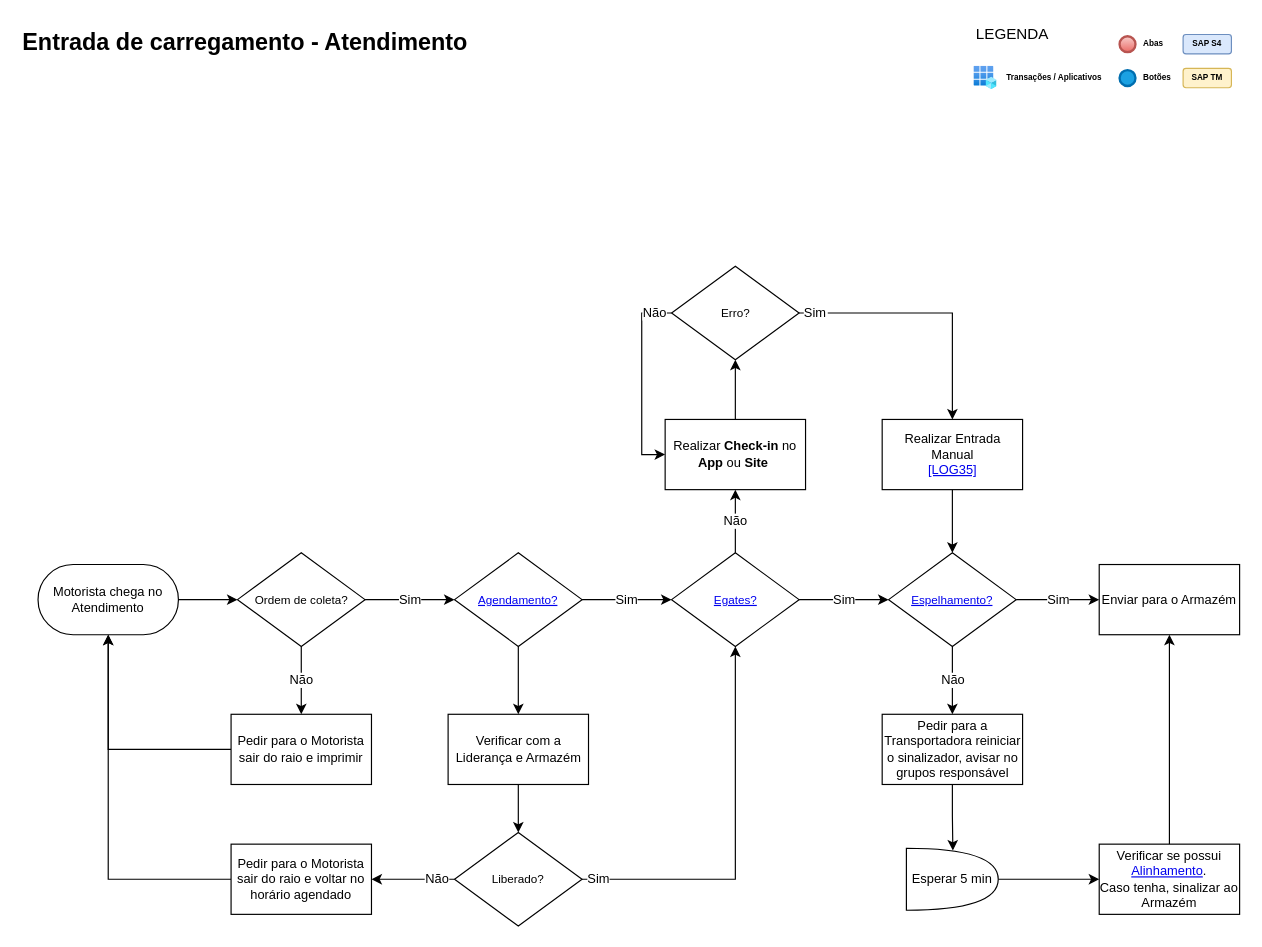
Above: Carregamento.drawio in VictorAlvesMatias/fluxogramas (draw.io), before the change. Source tidied: cells renumbered, new cells numbered last; positions are measured from the earlier drawing's top-left corner, leaving out a move shared by most shapes. Both pictures are drawn from the tidied source at 117%, with x=0, y=0 at pixel (20, 20).
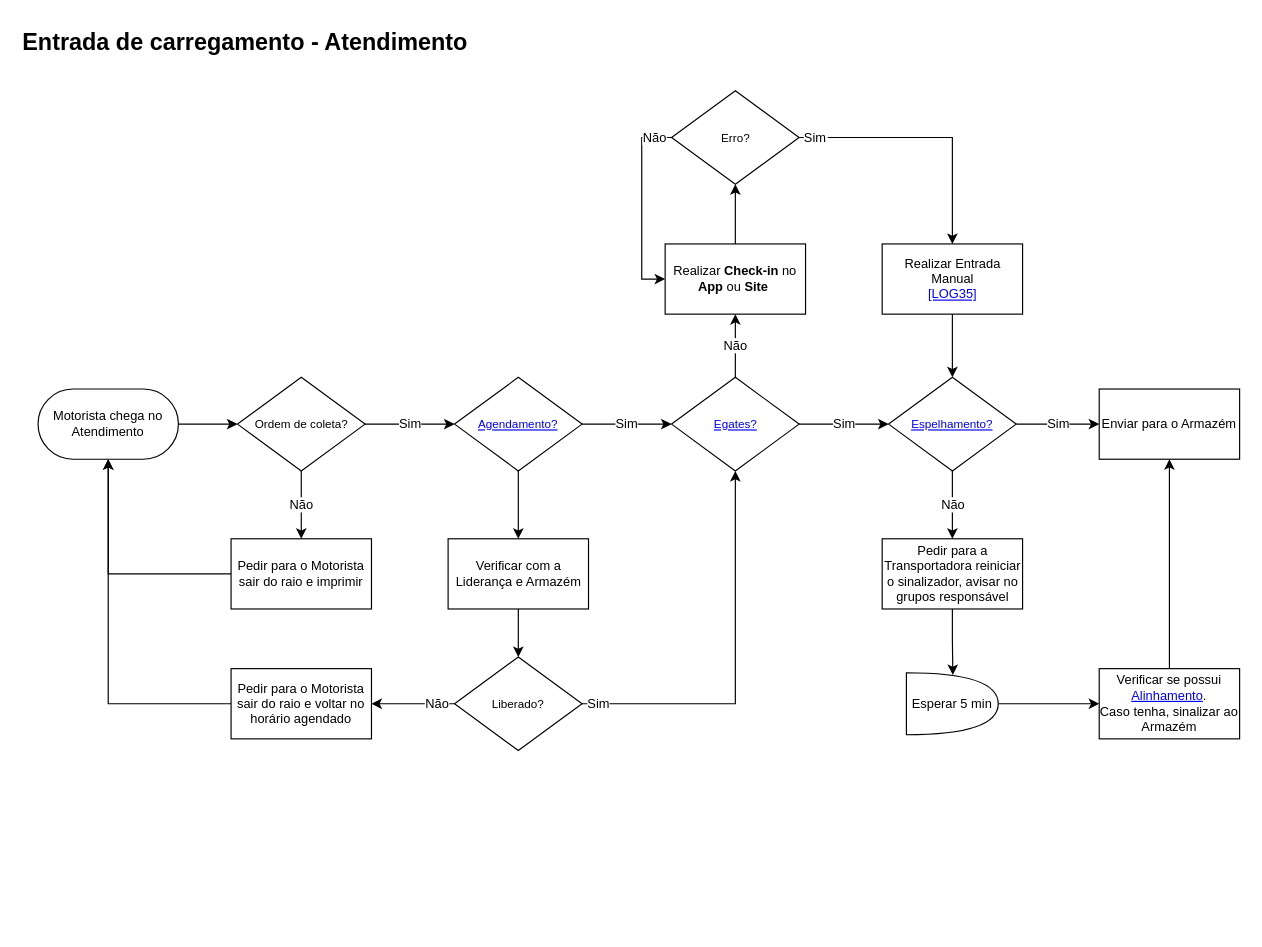
Above is the later version.

What changed in the source:
```diff
@@
-    <mxCell id="2" style="group;" parent="1" vertex="1">
+    <mxCell id="2" style="group;strokeWidth=0;" parent="1" vertex="1">
       <mxGeometry width="1045" height="774" as="geometry" />
     </mxCell>
@@
-    <mxCell id="4" style="group;" parent="2" vertex="1">
-      <mxGeometry x="805" width="240" height="60" as="geometry" />
-    </mxCell>
-    <mxCell id="5" value="LEGENDA" style="text;html=1;align=left;verticalAlign=middle;whiteSpace=wrap;rounded=0;fontStyle=0;fontSize=13;" parent="4" vertex="1">
-      <mxGeometry x="10" width="70" height="21.3" as="geometry" />
-    </mxCell>
-    <mxCell id="6" style="image;html=1;align=center;fontSize=12;image=img/lib/azure2/identity/App_Registrations.svg;" parent="4" vertex="1">
-      <mxGeometry x="10" y="39.2" width="19.7" height="20" as="geometry" />
-    </mxCell>
-    <mxCell id="7" value="Transações / Aplicativos" style="text;html=1;align=left;verticalAlign=middle;whiteSpace=wrap;rounded=0;fontSize=7;fontStyle=1;" parent="4" vertex="1">
-      <mxGeometry x="35.7" y="38.6" width="94.3" height="21.3" as="geometry" />
-    </mxCell>
-    <mxCell id="8" style="ellipse;whiteSpace=wrap;html=1;strokeWidth=2;fillColor=#1ba1e2;strokeColor=#006EAF;fontColor=#ffffff;" parent="4" vertex="1">
-      <mxGeometry x="134.4" y="42.4" width="13.6" height="13.6" as="geometry" />
-    </mxCell>
-    <mxCell id="9" style="ellipse;whiteSpace=wrap;html=1;fillColor=#f8cecc;strokeColor=#b85450;strokeWidth=2;gradientColor=#ea6b66;" parent="4" vertex="1">
-      <mxGeometry x="134.4" y="13.5" width="13.6" height="13.6" as="geometry" />
-    </mxCell>
-    <mxCell id="10" value="Abas" style="text;html=1;align=left;verticalAlign=middle;whiteSpace=wrap;rounded=0;fontSize=7;fontStyle=1;" parent="4" vertex="1">
-      <mxGeometry x="153.1" y="9.6" width="35.6" height="21.3" as="geometry" />
-    </mxCell>
-    <mxCell id="11" value="Botões" style="text;html=1;align=left;verticalAlign=middle;whiteSpace=wrap;rounded=0;fontSize=7;fontStyle=1;" parent="4" vertex="1">
-      <mxGeometry x="153.1" y="38.6" width="35.6" height="21.3" as="geometry" />
-    </mxCell>
-    <mxCell id="12" value="SAP S4" style="rounded=1;whiteSpace=wrap;html=1;fontSize=7;fillColor=#dae8fc;strokeColor=#6c8ebf;fontStyle=1;" parent="4" vertex="1">
-      <mxGeometry x="188.7" y="12" width="41.3" height="16.6" as="geometry" />
-    </mxCell>
-    <mxCell id="13" value="SAP TM" style="rounded=1;whiteSpace=wrap;html=1;fontSize=7;fillColor=#fff2cc;strokeColor=#d6b656;fontStyle=1;" parent="4" vertex="1">
-      <mxGeometry x="188.7" y="40.9" width="41.3" height="16.6" as="geometry" />
-    </mxCell>
@@
     <mxCell id="15" value="Motorista chega no Atendimento" style="rounded=1;whiteSpace=wrap;html=1;arcSize=50;fontSize=11;" parent="2" vertex="1">
-      <mxGeometry x="15" y="465" width="120" height="60" as="geometry" />
+      <mxGeometry x="15" y="315" width="120" height="60" as="geometry" />
     </mxCell>
     <mxCell id="16" value="Ordem de coleta?" style="rhombus;whiteSpace=wrap;html=1;fontSize=10;" parent="2" vertex="1">
-      <mxGeometry x="185.5" y="455" width="109" height="80" as="geometry" />
+      <mxGeometry x="185.5" y="305" width="109" height="80" as="geometry" />
     </mxCell>
@@
     <mxCell id="18" value="Pedir para o Motorista sair do raio e imprimir" style="rounded=0;whiteSpace=wrap;html=1;fontSize=11;" parent="2" vertex="1">
-      <mxGeometry x="180" y="593" width="120" height="60" as="geometry" />
+      <mxGeometry x="180" y="443" width="120" height="60" as="geometry" />
     </mxCell>
@@
     <mxCell id="20" value="Sim" style="edgeStyle=orthogonalEdgeStyle;rounded=0;jettySize=auto;html=1;entryX=0;entryY=0.5;entryDx=0;entryDy=0;strokeColor=#000000;exitX=1;exitY=0.5;exitDx=0;exitDy=0;" parent="2" edge="1" source="16">
       <mxGeometry relative="1" as="geometry">
-        <mxPoint x="371" y="495" as="targetPoint" />
+        <mxPoint x="371" y="345" as="targetPoint" />
       </mxGeometry>
     </mxCell>
     <mxCell id="21" style="edgeStyle=orthogonalEdgeStyle;rounded=0;jettySize=auto;html=1;entryX=0.5;entryY=0;entryDx=0;entryDy=0;exitX=0.5;exitY=1;exitDx=0;exitDy=0;strokeColor=#FF0000;" parent="2" edge="1" source="16">
       <mxGeometry relative="1" as="geometry">
-        <mxPoint x="240" y="535" as="targetPoint" />
+        <mxPoint x="240" y="385" as="targetPoint" />
       </mxGeometry>
     </mxCell>
@@
     <mxCell id="23" value="&lt;a href=&quot;https://trackandtrace.com.br/core/monitoring/schedule&quot;&gt;Agendamento?&lt;/a&gt;" style="rhombus;whiteSpace=wrap;html=1;fontSize=10;" parent="2" vertex="1">
-      <mxGeometry x="371" y="455" width="109" height="80" as="geometry" />
+      <mxGeometry x="371" y="305" width="109" height="80" as="geometry" />
     </mxCell>
     <mxCell id="24" value="Sim" style="edgeStyle=orthogonalEdgeStyle;rounded=0;jettySize=auto;html=1;entryX=0;entryY=0.5;entryDx=0;entryDy=0;strokeColor=#000000;exitX=1;exitY=0.5;exitDx=0;exitDy=0;" parent="2" edge="1" source="23">
       <mxGeometry relative="1" as="geometry">
-        <mxPoint x="556.5" y="495" as="targetPoint" />
+        <mxPoint x="556.5" y="345" as="targetPoint" />
       </mxGeometry>
     </mxCell>
     <mxCell id="25" value="&lt;a href=&quot;https://egates.ambev.com.br/Movimentacoes/atendimentoEgates&quot;&gt;Egates?&lt;/a&gt;" style="rhombus;whiteSpace=wrap;html=1;fontSize=10;" parent="2" vertex="1">
-      <mxGeometry x="556.5" y="455" width="109" height="80" as="geometry" />
+      <mxGeometry x="556.5" y="305" width="109" height="80" as="geometry" />
     </mxCell>
@@
     <mxCell id="27" value="Realizar &lt;b&gt;Check-in&lt;/b&gt; no &lt;b&gt;App&lt;/b&gt; ou&amp;nbsp;&lt;b&gt;Site&amp;nbsp;&lt;/b&gt;" style="rounded=0;whiteSpace=wrap;html=1;fontSize=11;" parent="2" vertex="1">
-      <mxGeometry x="551" y="341" width="120" height="60" as="geometry" />
+      <mxGeometry x="551" y="191" width="120" height="60" as="geometry" />
     </mxCell>
@@
     <mxCell id="29" value="Sim" style="edgeStyle=orthogonalEdgeStyle;rounded=0;jettySize=auto;html=1;entryX=0;entryY=0.5;entryDx=0;entryDy=0;strokeColor=#000000;exitX=1;exitY=0.5;exitDx=0;exitDy=0;" parent="2" edge="1" source="25">
       <mxGeometry relative="1" as="geometry">
-        <mxPoint x="742" y="495" as="targetPoint" />
+        <mxPoint x="742" y="345" as="targetPoint" />
       </mxGeometry>
     </mxCell>
@@
     <mxCell id="31" value="&lt;a href=&quot;https://trackandtrace.com.br/core/monitoring/panel&quot;&gt;Espelhamento?&lt;/a&gt;" style="rhombus;whiteSpace=wrap;html=1;fontSize=10;" parent="2" vertex="1">
-      <mxGeometry x="742" y="455" width="109" height="80" as="geometry" />
+      <mxGeometry x="742" y="305" width="109" height="80" as="geometry" />
     </mxCell>
     <mxCell id="32" style="edgeStyle=orthogonalEdgeStyle;rounded=0;jettySize=auto;html=1;strokeColor=default;align=center;verticalAlign=middle;fontFamily=Helvetica;fontSize=11;fontColor=default;labelBackgroundColor=default;endArrow=classic;exitX=0.5;exitY=1;exitDx=0;exitDy=0;entryX=0.506;entryY=0.037;entryDx=0;entryDy=0;entryPerimeter=0;" parent="2" edge="1" source="33" target="53">
       <mxGeometry relative="1" as="geometry">
         <Array as="points">
-          <mxPoint x="796" y="680" />
-          <mxPoint x="797" y="680" />
+          <mxPoint x="796" y="530" />
+          <mxPoint x="797" y="530" />
         </Array>
       </mxGeometry>
     </mxCell>
     <mxCell id="33" value="Pedir para a Transportadora reiniciar o sinalizador, avisar no grupos responsável" style="rounded=0;whiteSpace=wrap;html=1;fontSize=11;" parent="2" vertex="1">
-      <mxGeometry x="736.5" y="593" width="120" height="60" as="geometry" />
+      <mxGeometry x="736.5" y="443" width="120" height="60" as="geometry" />
     </mxCell>
     <mxCell id="34" value="Não" style="edgeStyle=orthogonalEdgeStyle;rounded=0;jettySize=auto;html=1;entryX=0.5;entryY=0;entryDx=0;entryDy=0;strokeColor=#000000;" parent="2" edge="1" source="31" target="33">
       <mxGeometry relative="1" as="geometry">
         <Array as="points">
-          <mxPoint x="796" y="554" />
-          <mxPoint x="796" y="554" />
+          <mxPoint x="796" y="404" />
+          <mxPoint x="796" y="404" />
         </Array>
       </mxGeometry>
     </mxCell>
     <mxCell id="35" style="edgeStyle=orthogonalEdgeStyle;rounded=0;jettySize=auto;html=1;entryX=0.5;entryY=0;entryDx=0;entryDy=0;strokeColor=default;align=center;verticalAlign=middle;fontFamily=Helvetica;fontSize=11;fontColor=default;labelBackgroundColor=default;endArrow=classic;exitX=1;exitY=0.5;exitDx=0;exitDy=0;" parent="2" edge="1" source="41" target="39">
       <mxGeometry relative="1" as="geometry">
         <Array as="points">
-          <mxPoint x="796" y="250" />
+          <mxPoint x="796" y="100" />
         </Array>
       </mxGeometry>
     </mxCell>
     <mxCell id="36" style="edgeStyle=orthogonalEdgeStyle;rounded=0;jettySize=auto;html=1;entryX=0;entryY=0.5;entryDx=0;entryDy=0;strokeColor=default;align=center;verticalAlign=middle;fontFamily=Helvetica;fontSize=11;fontColor=default;labelBackgroundColor=default;endArrow=classic;exitX=0;exitY=0.5;exitDx=0;exitDy=0;" parent="2" edge="1" source="37" target="27">
       <mxGeometry relative="1" as="geometry">
         <Array as="points">
-          <mxPoint x="531" y="250" />
-          <mxPoint x="531" y="371" />
+          <mxPoint x="531" y="100" />
+          <mxPoint x="531" y="221" />
         </Array>
       </mxGeometry>
     </mxCell>
     <mxCell id="37" value="Erro?" style="rhombus;whiteSpace=wrap;html=1;fontSize=10;" parent="2" vertex="1">
-      <mxGeometry x="556.5" y="210" width="109" height="80" as="geometry" />
+      <mxGeometry x="556.5" y="60" width="109" height="80" as="geometry" />
     </mxCell>
@@
     <mxCell id="39" value="Realizar Entrada Manual&lt;br&gt;&lt;a href=&quot;https://www.myworkday.com/abinbev/learning/course/d115937921451001034cfec96b960001?record=7cd7e49422c810011a0aaa4b39510000&amp;amp;type=9882927d138b100019b928e75843018d&quot;&gt;[LOG35]&lt;/a&gt;" style="rounded=0;whiteSpace=wrap;html=1;fontSize=11;" parent="2" vertex="1">
-      <mxGeometry x="736.5" y="341" width="120" height="60" as="geometry" />
+      <mxGeometry x="736.5" y="191" width="120" height="60" as="geometry" />
     </mxCell>
@@
     <mxCell id="41" value="Sim" style="text;html=1;align=center;verticalAlign=middle;whiteSpace=wrap;rounded=0;fontFamily=Helvetica;fontSize=11;fontColor=default;labelBackgroundColor=default;" parent="2" vertex="1">
-      <mxGeometry x="669" y="244.5" width="21" height="11" as="geometry" />
+      <mxGeometry x="669" y="94.5" width="21" height="11" as="geometry" />
     </mxCell>
     <mxCell id="42" value="Não" style="text;html=1;align=center;verticalAlign=middle;whiteSpace=wrap;rounded=0;fontFamily=Helvetica;fontSize=11;fontColor=default;labelBackgroundColor=default;" parent="2" vertex="1">
-      <mxGeometry x="532" y="244.5" width="21" height="11" as="geometry" />
+      <mxGeometry x="532" y="94.5" width="21" height="11" as="geometry" />
     </mxCell>
@@
     <mxCell id="44" value="Verificar com a Liderança e Armazém" style="rounded=0;whiteSpace=wrap;html=1;fontSize=11;" parent="2" vertex="1">
-      <mxGeometry x="365.5" y="593" width="120" height="60" as="geometry" />
+      <mxGeometry x="365.5" y="443" width="120" height="60" as="geometry" />
     </mxCell>
@@
     <mxCell id="47" value="Liberado?" style="rhombus;whiteSpace=wrap;html=1;fontSize=10;" parent="2" vertex="1">
-      <mxGeometry x="371" y="694" width="109" height="80" as="geometry" />
+      <mxGeometry x="371" y="544" width="109" height="80" as="geometry" />
     </mxCell>
     <mxCell id="48" value="Sim" style="text;html=1;align=center;verticalAlign=middle;whiteSpace=wrap;rounded=0;fontFamily=Helvetica;fontSize=11;fontColor=default;labelBackgroundColor=default;" parent="2" vertex="1">
-      <mxGeometry x="484" y="728.5" width="21" height="11" as="geometry" />
+      <mxGeometry x="484" y="578.5" width="21" height="11" as="geometry" />
     </mxCell>
@@
     <mxCell id="50" value="Pedir para o Motorista sair do raio e voltar no horário agendado" style="rounded=0;whiteSpace=wrap;html=1;fontSize=11;" parent="2" vertex="1">
-      <mxGeometry x="180" y="704" width="120" height="60" as="geometry" />
+      <mxGeometry x="180" y="554" width="120" height="60" as="geometry" />
     </mxCell>
     <mxCell id="51" value="Não" style="text;html=1;align=center;verticalAlign=middle;whiteSpace=wrap;rounded=0;fontFamily=Helvetica;fontSize=11;fontColor=default;labelBackgroundColor=default;" parent="2" vertex="1">
-      <mxGeometry x="346" y="728.5" width="21" height="11" as="geometry" />
+      <mxGeometry x="346" y="578.5" width="21" height="11" as="geometry" />
     </mxCell>
@@
     <mxCell id="53" value="Esperar 5 min" style="shape=or;whiteSpace=wrap;html=1;fontFamily=Helvetica;fontSize=11;fontColor=default;labelBackgroundColor=default;" parent="2" vertex="1">
-      <mxGeometry x="757.2" y="707.5" width="78.5" height="53" as="geometry" />
+      <mxGeometry x="757.2" y="557.5" width="78.5" height="53" as="geometry" />
     </mxCell>
     <mxCell id="54" value="Enviar para o Armazém" style="rounded=0;whiteSpace=wrap;html=1;fontSize=11;" parent="2" vertex="1">
-      <mxGeometry x="922" y="465" width="120" height="60" as="geometry" />
+      <mxGeometry x="922" y="315" width="120" height="60" as="geometry" />
     </mxCell>
@@
     <mxCell id="56" value="Verificar se possui &lt;a href=&quot;https://anheuserbuschinbev-my.sharepoint.com/:x:/r/personal/99821156_ambev_com_br/_layouts/15/doc2.aspx?sourcedoc=%7Bd540b165-c951-422d-8da9-9b79c941bcb3%7D&amp;amp;action=default&quot;&gt;Alinhamento&lt;/a&gt;.&lt;br&gt;Caso tenha, sinalizar ao Armazém" style="rounded=0;whiteSpace=wrap;html=1;fontSize=11;" parent="2" vertex="1">
-      <mxGeometry x="922" y="704" width="120" height="60" as="geometry" />
+      <mxGeometry x="922" y="554" width="120" height="60" as="geometry" />
     </mxCell>
```
